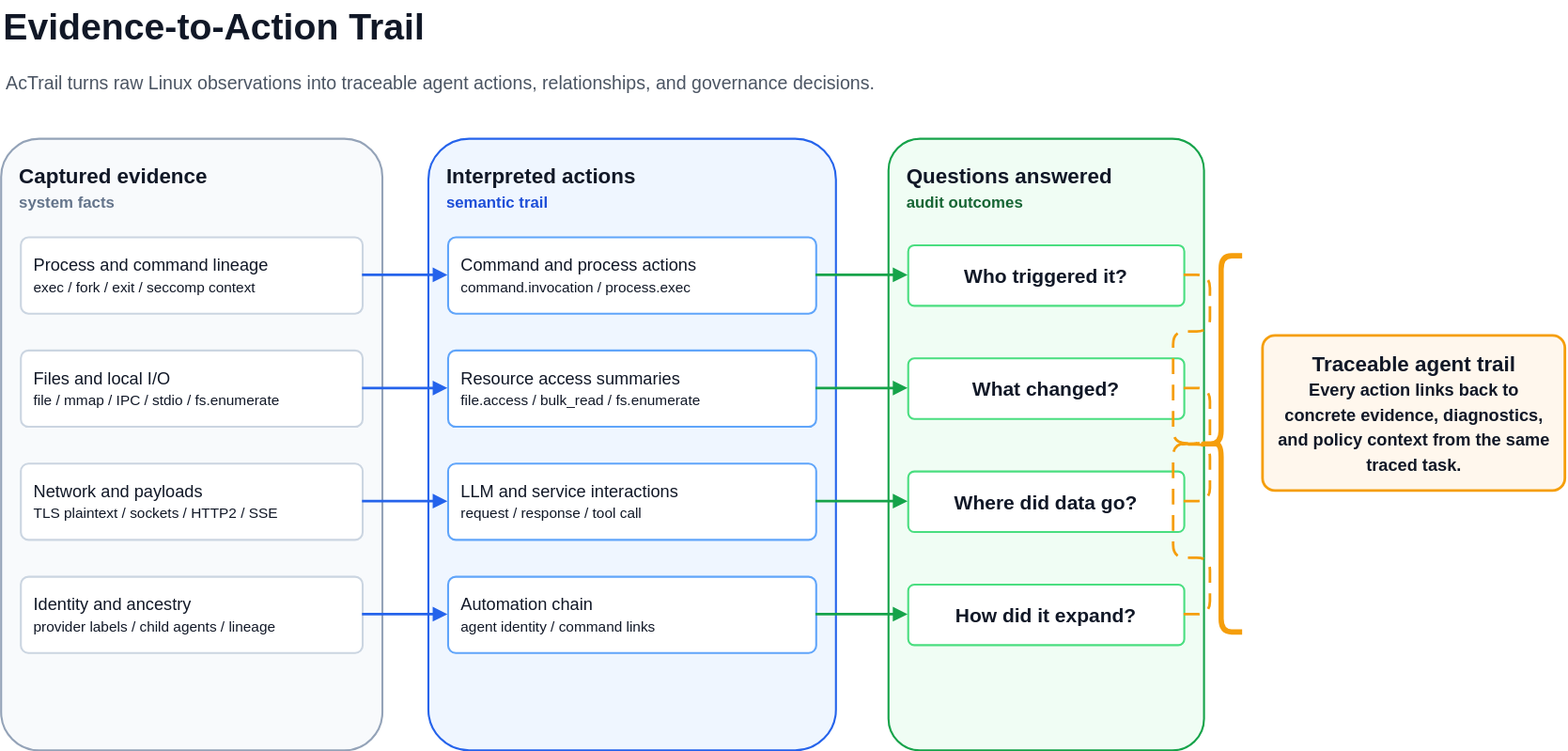
The draw.io diagram images/actrail-readme__evidence-to-action__candidate.drawio.svg in openeuler-mirror/AcTrail, before a commit. Source tidied: cells renumbered, new cells last; positions are measured from the earlier drawing's top-left corner, leaving out a move shared by most shapes. The source it was exported from:
```xml
<mxGraphModel background="#ffffff">
  <root>
    <mxCell id="0" />
    <mxCell id="1" parent="0" />
    <mxCell id="2" value="Evidence-to-Action Trail" style="text;html=1;strokeColor=none;fillColor=none;align=left;verticalAlign=middle;whiteSpace=wrap;fontSize=28;fontStyle=1;fontColor=#111827;" parent="1" vertex="1">
      <mxGeometry width="680" height="40" as="geometry" />
    </mxCell>
    <mxCell id="3" value="AcTrail turns raw Linux observations into traceable agent actions, relationships, and governance decisions." style="text;html=1;strokeColor=none;fillColor=none;align=left;verticalAlign=top;whiteSpace=wrap;fontSize=14;fontColor=#4B5563;" parent="1" vertex="1">
      <mxGeometry x="2" y="48" width="1060" height="34" as="geometry" />
    </mxCell>
    <mxCell id="4" value="&lt;b&gt;Captured evidence&lt;/b&gt;&lt;br&gt;&lt;span style=&quot;font-size:12px;color:#64748B&quot;&gt;system facts&lt;/span&gt;" style="rounded=1;whiteSpace=wrap;html=1;arcSize=10;fillColor=#F8FAFC;strokeColor=#94A3B8;strokeWidth=1.5;fontSize=16;fontStyle=1;fontColor=#111827;align=left;verticalAlign=top;spacing=14;" parent="1" vertex="1">
      <mxGeometry y="105" width="290" height="465" as="geometry" />
    </mxCell>
    <mxCell id="5" value="&lt;b&gt;Interpreted actions&lt;/b&gt;&lt;br&gt;&lt;span style=&quot;font-size:12px;color:#1D4ED8&quot;&gt;semantic trail&lt;/span&gt;" style="rounded=1;whiteSpace=wrap;html=1;arcSize=10;fillColor=#EFF6FF;strokeColor=#2563EB;strokeWidth=1.5;fontSize=16;fontStyle=1;fontColor=#111827;align=left;verticalAlign=top;spacing=14;" parent="1" vertex="1">
      <mxGeometry x="325" y="105" width="310" height="465" as="geometry" />
    </mxCell>
    <mxCell id="6" value="&lt;b&gt;Questions answered&lt;/b&gt;&lt;br&gt;&lt;span style=&quot;font-size:12px;color:#166534&quot;&gt;audit outcomes&lt;/span&gt;" style="rounded=1;whiteSpace=wrap;html=1;arcSize=10;fillColor=#F0FDF4;strokeColor=#16A34A;strokeWidth=1.5;fontSize=16;fontStyle=1;fontColor=#111827;align=left;verticalAlign=top;spacing=14;" parent="1" vertex="1">
      <mxGeometry x="675" y="105" width="240" height="465" as="geometry" />
    </mxCell>
    <mxCell id="7" value="Process and command lineage&lt;br&gt;&lt;span style=&quot;font-size:11px&quot;&gt;exec / fork / exit / seccomp context&lt;/span&gt;" style="rounded=1;whiteSpace=wrap;html=1;arcSize=10;fillColor=#FFFFFF;strokeColor=#CBD5E1;strokeWidth=1.5;fontSize=13;fontColor=#111827;align=left;verticalAlign=middle;spacing=10;" parent="1" vertex="1">
      <mxGeometry x="15" y="180" width="260" height="58" as="geometry" />
    </mxCell>
    <mxCell id="8" value="Command and process actions&lt;br&gt;&lt;span style=&quot;font-size:11px&quot;&gt;command.invocation / process.exec&lt;/span&gt;" style="rounded=1;whiteSpace=wrap;html=1;arcSize=10;fillColor=#FFFFFF;strokeColor=#60A5FA;strokeWidth=1.5;fontSize=13;fontColor=#111827;align=left;verticalAlign=middle;spacing=10;" parent="1" vertex="1">
      <mxGeometry x="340" y="180" width="280" height="58" as="geometry" />
    </mxCell>
    <mxCell id="9" value="Who triggered it?" style="rounded=1;whiteSpace=wrap;html=1;arcSize=10;fillColor=#FFFFFF;strokeColor=#4ADE80;strokeWidth=1.5;fontSize=15;fontStyle=1;fontColor=#111827;align=center;verticalAlign=middle;spacing=10;" parent="1" vertex="1">
      <mxGeometry x="690" y="186" width="210" height="46" as="geometry" />
    </mxCell>
    <mxCell id="10" value="Files and local I/O&lt;br&gt;&lt;span style=&quot;font-size:11px&quot;&gt;file / mmap / IPC / stdio / fs.enumerate&lt;/span&gt;" style="rounded=1;whiteSpace=wrap;html=1;arcSize=10;fillColor=#FFFFFF;strokeColor=#CBD5E1;strokeWidth=1.5;fontSize=13;fontColor=#111827;align=left;verticalAlign=middle;spacing=10;" parent="1" vertex="1">
      <mxGeometry x="15" y="266" width="260" height="58" as="geometry" />
    </mxCell>
    <mxCell id="11" value="Resource access summaries&lt;br&gt;&lt;span style=&quot;font-size:11px&quot;&gt;file.access / bulk_read / fs.enumerate&lt;/span&gt;" style="rounded=1;whiteSpace=wrap;html=1;arcSize=10;fillColor=#FFFFFF;strokeColor=#60A5FA;strokeWidth=1.5;fontSize=13;fontColor=#111827;align=left;verticalAlign=middle;spacing=10;" parent="1" vertex="1">
      <mxGeometry x="340" y="266" width="280" height="58" as="geometry" />
    </mxCell>
    <mxCell id="12" value="What changed?" style="rounded=1;whiteSpace=wrap;html=1;arcSize=10;fillColor=#FFFFFF;strokeColor=#4ADE80;strokeWidth=1.5;fontSize=15;fontStyle=1;fontColor=#111827;align=center;verticalAlign=middle;spacing=10;" parent="1" vertex="1">
      <mxGeometry x="690" y="272" width="210" height="46" as="geometry" />
    </mxCell>
    <mxCell id="13" value="Network and payloads&lt;br&gt;&lt;span style=&quot;font-size:11px&quot;&gt;TLS plaintext / sockets / HTTP2 / SSE&lt;/span&gt;" style="rounded=1;whiteSpace=wrap;html=1;arcSize=10;fillColor=#FFFFFF;strokeColor=#CBD5E1;strokeWidth=1.5;fontSize=13;fontColor=#111827;align=left;verticalAlign=middle;spacing=10;" parent="1" vertex="1">
      <mxGeometry x="15" y="352" width="260" height="58" as="geometry" />
    </mxCell>
    <mxCell id="14" value="LLM and service interactions&lt;br&gt;&lt;span style=&quot;font-size:11px&quot;&gt;request / response / tool call&lt;/span&gt;" style="rounded=1;whiteSpace=wrap;html=1;arcSize=10;fillColor=#FFFFFF;strokeColor=#60A5FA;strokeWidth=1.5;fontSize=13;fontColor=#111827;align=left;verticalAlign=middle;spacing=10;" parent="1" vertex="1">
      <mxGeometry x="340" y="352" width="280" height="58" as="geometry" />
    </mxCell>
    <mxCell id="15" value="Where did data go?" style="rounded=1;whiteSpace=wrap;html=1;arcSize=10;fillColor=#FFFFFF;strokeColor=#4ADE80;strokeWidth=1.5;fontSize=15;fontStyle=1;fontColor=#111827;align=center;verticalAlign=middle;spacing=10;" parent="1" vertex="1">
      <mxGeometry x="690" y="358" width="210" height="46" as="geometry" />
    </mxCell>
    <mxCell id="16" value="Identity and ancestry&lt;br&gt;&lt;span style=&quot;font-size:11px&quot;&gt;provider labels / child agents / lineage&lt;/span&gt;" style="rounded=1;whiteSpace=wrap;html=1;arcSize=10;fillColor=#FFFFFF;strokeColor=#CBD5E1;strokeWidth=1.5;fontSize=13;fontColor=#111827;align=left;verticalAlign=middle;spacing=10;" parent="1" vertex="1">
      <mxGeometry x="15" y="438" width="260" height="58" as="geometry" />
    </mxCell>
    <mxCell id="17" value="Automation chain&lt;br&gt;&lt;span style=&quot;font-size:11px&quot;&gt;agent identity / command links&lt;/span&gt;" style="rounded=1;whiteSpace=wrap;html=1;arcSize=10;fillColor=#FFFFFF;strokeColor=#60A5FA;strokeWidth=1.5;fontSize=13;fontColor=#111827;align=left;verticalAlign=middle;spacing=10;" parent="1" vertex="1">
      <mxGeometry x="340" y="438" width="280" height="58" as="geometry" />
    </mxCell>
    <mxCell id="18" value="How did it expand?" style="rounded=1;whiteSpace=wrap;html=1;arcSize=10;fillColor=#FFFFFF;strokeColor=#4ADE80;strokeWidth=1.5;fontSize=15;fontStyle=1;fontColor=#111827;align=center;verticalAlign=middle;spacing=10;" parent="1" vertex="1">
      <mxGeometry x="690" y="444" width="210" height="46" as="geometry" />
    </mxCell>
    <mxCell id="19" value="&lt;b&gt;Traceable agent trail&lt;/b&gt;&lt;br&gt;&lt;span style=&quot;font-size:13px&quot;&gt;Every action links back to concrete evidence, diagnostics, and policy context from the same traced task.&lt;/span&gt;" style="rounded=1;whiteSpace=wrap;html=1;arcSize=8;fillColor=#FFF7ED;strokeColor=#F59E0B;strokeWidth=2;fontSize=16;fontStyle=1;fontColor=#111827;align=center;verticalAlign=middle;spacing=12;" parent="1" vertex="1">
      <mxGeometry x="960" y="255" width="230" height="118" as="geometry" />
    </mxCell>
    <mxCell id="20" style="shape=curlyBracket;whiteSpace=wrap;html=1;rounded=1;labelPosition=left;verticalLabelPosition=middle;align=right;verticalAlign=middle;fillColor=none;strokeColor=#F59E0B;strokeWidth=4;" parent="1" vertex="1">
      <mxGeometry x="912" y="194" width="32" height="286" as="geometry" />
    </mxCell>
    <mxCell id="21" style="edgeStyle=orthogonalEdgeStyle;rounded=1;jettySize=auto;html=1;endArrow=block;endFill=1;strokeWidth=2;strokeColor=#2563EB;" parent="1" edge="1" source="7" target="8">
      <mxGeometry relative="1" as="geometry" />
    </mxCell>
    <mxCell id="22" style="edgeStyle=orthogonalEdgeStyle;rounded=1;jettySize=auto;html=1;endArrow=block;endFill=1;strokeWidth=2;strokeColor=#16A34A;" parent="1" edge="1" source="8" target="9">
      <mxGeometry relative="1" as="geometry" />
    </mxCell>
    <mxCell id="23" style="edgeStyle=orthogonalEdgeStyle;rounded=1;jettySize=auto;html=1;endArrow=block;endFill=1;strokeWidth=2;strokeColor=#2563EB;" parent="1" edge="1" source="10" target="11">
      <mxGeometry relative="1" as="geometry" />
    </mxCell>
    <mxCell id="24" style="edgeStyle=orthogonalEdgeStyle;rounded=1;jettySize=auto;html=1;endArrow=block;endFill=1;strokeWidth=2;strokeColor=#16A34A;" parent="1" edge="1" source="11" target="12">
      <mxGeometry relative="1" as="geometry" />
    </mxCell>
    <mxCell id="25" style="edgeStyle=orthogonalEdgeStyle;rounded=1;jettySize=auto;html=1;endArrow=block;endFill=1;strokeWidth=2;strokeColor=#2563EB;" parent="1" edge="1" source="13" target="14">
      <mxGeometry relative="1" as="geometry" />
    </mxCell>
    <mxCell id="26" style="edgeStyle=orthogonalEdgeStyle;rounded=1;jettySize=auto;html=1;endArrow=block;endFill=1;strokeWidth=2;strokeColor=#16A34A;" parent="1" edge="1" source="14" target="15">
      <mxGeometry relative="1" as="geometry" />
    </mxCell>
    <mxCell id="27" style="edgeStyle=orthogonalEdgeStyle;rounded=1;jettySize=auto;html=1;endArrow=block;endFill=1;strokeWidth=2;strokeColor=#2563EB;" parent="1" edge="1" source="16" target="17">
      <mxGeometry relative="1" as="geometry" />
    </mxCell>
    <mxCell id="28" style="edgeStyle=orthogonalEdgeStyle;rounded=1;jettySize=auto;html=1;endArrow=block;endFill=1;strokeWidth=2;strokeColor=#16A34A;" parent="1" edge="1" source="17" target="18">
      <mxGeometry relative="1" as="geometry" />
    </mxCell>
    <mxCell id="29" style="edgeStyle=orthogonalEdgeStyle;rounded=1;jettySize=auto;html=1;endArrow=none;dashed=1;dashPattern=6 4;strokeWidth=2;strokeColor=#F59E0B;" parent="1" edge="1" source="9" target="20">
      <mxGeometry relative="1" as="geometry" />
    </mxCell>
    <mxCell id="30" style="edgeStyle=orthogonalEdgeStyle;rounded=1;jettySize=auto;html=1;endArrow=none;dashed=1;dashPattern=6 4;strokeWidth=2;strokeColor=#F59E0B;" parent="1" edge="1" source="12" target="20">
      <mxGeometry relative="1" as="geometry" />
    </mxCell>
    <mxCell id="31" style="edgeStyle=orthogonalEdgeStyle;rounded=1;jettySize=auto;html=1;endArrow=none;dashed=1;dashPattern=6 4;strokeWidth=2;strokeColor=#F59E0B;" parent="1" edge="1" source="15" target="20">
      <mxGeometry relative="1" as="geometry" />
    </mxCell>
    <mxCell id="32" style="edgeStyle=orthogonalEdgeStyle;rounded=1;jettySize=auto;html=1;endArrow=none;dashed=1;dashPattern=6 4;strokeWidth=2;strokeColor=#F59E0B;" parent="1" edge="1" source="18" target="20">
      <mxGeometry relative="1" as="geometry" />
    </mxCell>
  </root>
</mxGraphModel>
```
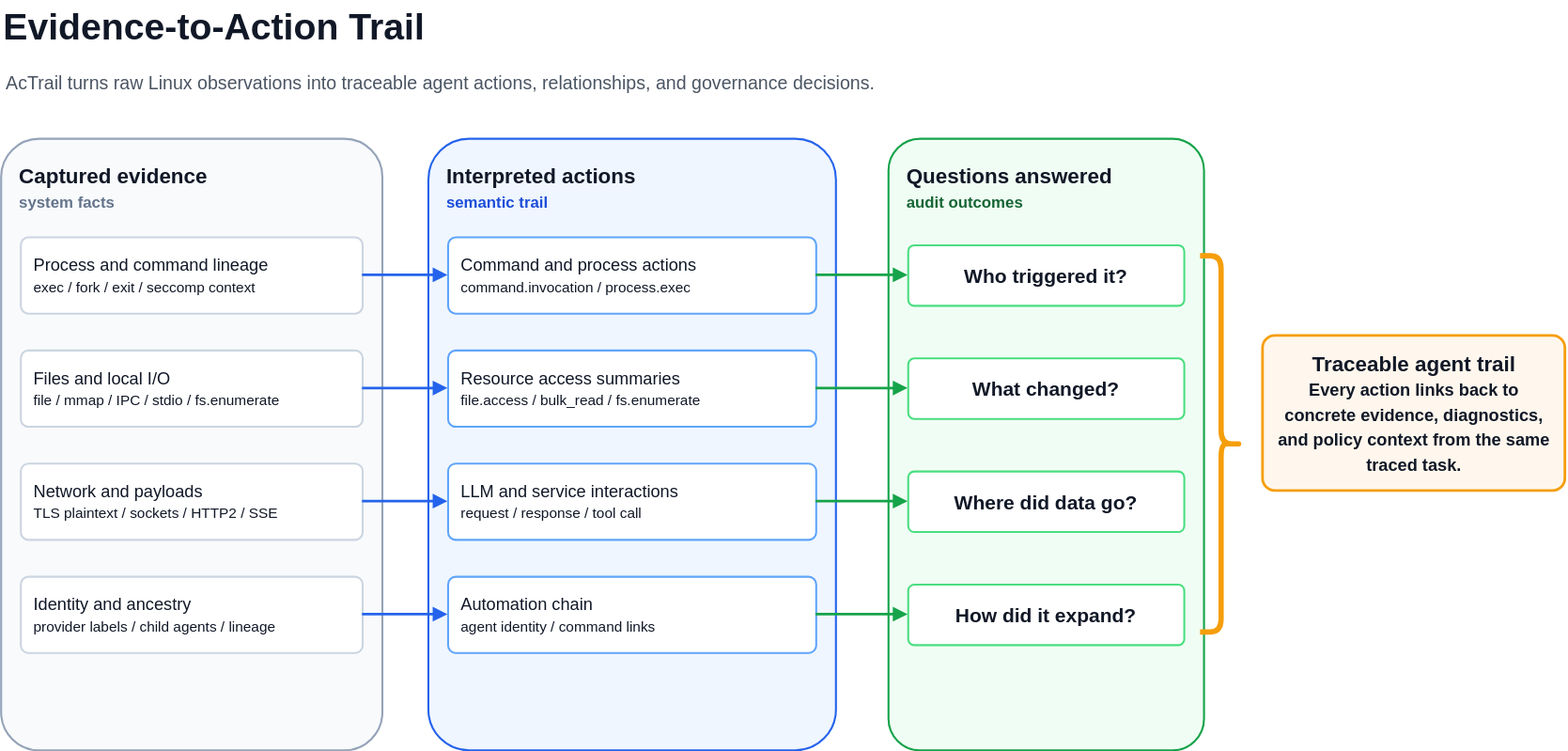
After the change.

What changed in the source:
```diff
@@ -56,7 +56,7 @@
     <mxCell id="19" value="&lt;b&gt;Traceable agent trail&lt;/b&gt;&lt;br&gt;&lt;span style=&quot;font-size:13px&quot;&gt;Every action links back to concrete evidence, diagnostics, and policy context from the same traced task.&lt;/span&gt;" style="rounded=1;whiteSpace=wrap;html=1;arcSize=8;fillColor=#FFF7ED;strokeColor=#F59E0B;strokeWidth=2;fontSize=16;fontStyle=1;fontColor=#111827;align=center;verticalAlign=middle;spacing=12;" parent="1" vertex="1">
       <mxGeometry x="960" y="255" width="230" height="118" as="geometry" />
     </mxCell>
-    <mxCell id="20" style="shape=curlyBracket;whiteSpace=wrap;html=1;rounded=1;labelPosition=left;verticalLabelPosition=middle;align=right;verticalAlign=middle;fillColor=none;strokeColor=#F59E0B;strokeWidth=4;" parent="1" vertex="1">
+    <mxCell id="20" style="shape=curlyBracket;whiteSpace=wrap;html=1;rounded=1;labelPosition=left;verticalLabelPosition=middle;align=right;verticalAlign=middle;fillColor=none;strokeColor=#F59E0B;strokeWidth=4;flipH=1;" parent="1" vertex="1">
       <mxGeometry x="912" y="194" width="32" height="286" as="geometry" />
     </mxCell>
     <mxCell id="21" style="edgeStyle=orthogonalEdgeStyle;rounded=1;jettySize=auto;html=1;endArrow=block;endFill=1;strokeWidth=2;strokeColor=#2563EB;" parent="1" edge="1" source="7" target="8">
@@ -83,17 +83,5 @@
     <mxCell id="28" style="edgeStyle=orthogonalEdgeStyle;rounded=1;jettySize=auto;html=1;endArrow=block;endFill=1;strokeWidth=2;strokeColor=#16A34A;" parent="1" edge="1" source="17" target="18">
       <mxGeometry relative="1" as="geometry" />
     </mxCell>
-    <mxCell id="29" style="edgeStyle=orthogonalEdgeStyle;rounded=1;jettySize=auto;html=1;endArrow=none;dashed=1;dashPattern=6 4;strokeWidth=2;strokeColor=#F59E0B;" parent="1" edge="1" source="9" target="20">
-      <mxGeometry relative="1" as="geometry" />
-    </mxCell>
-    <mxCell id="30" style="edgeStyle=orthogonalEdgeStyle;rounded=1;jettySize=auto;html=1;endArrow=none;dashed=1;dashPattern=6 4;strokeWidth=2;strokeColor=#F59E0B;" parent="1" edge="1" source="12" target="20">
-      <mxGeometry relative="1" as="geometry" />
-    </mxCell>
-    <mxCell id="31" style="edgeStyle=orthogonalEdgeStyle;rounded=1;jettySize=auto;html=1;endArrow=none;dashed=1;dashPattern=6 4;strokeWidth=2;strokeColor=#F59E0B;" parent="1" edge="1" source="15" target="20">
-      <mxGeometry relative="1" as="geometry" />
-    </mxCell>
-    <mxCell id="32" style="edgeStyle=orthogonalEdgeStyle;rounded=1;jettySize=auto;html=1;endArrow=none;dashed=1;dashPattern=6 4;strokeWidth=2;strokeColor=#F59E0B;" parent="1" edge="1" source="18" target="20">
-      <mxGeometry relative="1" as="geometry" />
-    </mxCell>
   </root>
 </mxGraphModel>
```
